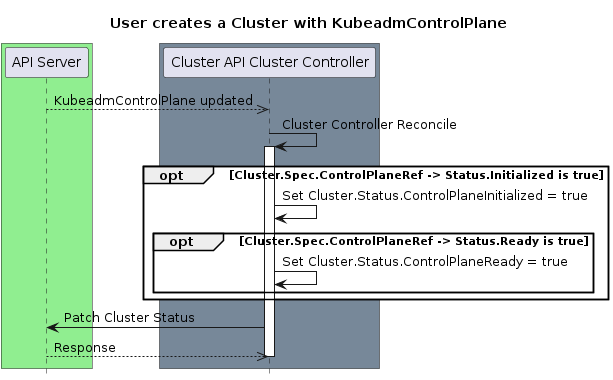
The PlantUML diagram docs/proposals/images/controlplane/controlplane-init-4.png in kubernetes-sigs/cluster-api, before a commit.
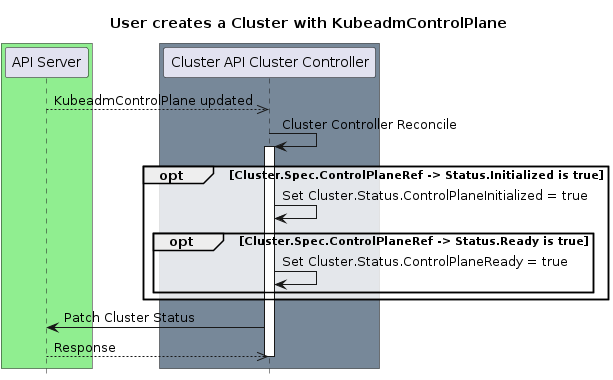
Above is the later version.

What changed in the source:
```diff
@@ -16,7 +16,7 @@
 "Cluster API Cluster Controller"-> "Cluster API Cluster Controller":Cluster Controller Reconcile
 activate "Cluster API Cluster Controller"
 
-opt #white Cluster.Spec.ControlPlaneRef -> Status.Initialized is true
+opt #FFFFFFCC Cluster.Spec.ControlPlaneRef -> Status.Initialized is true
 
 "Cluster API Cluster Controller"-> "Cluster API Cluster Controller":Set Cluster.Status.ControlPlaneInitialized = true
 
```
